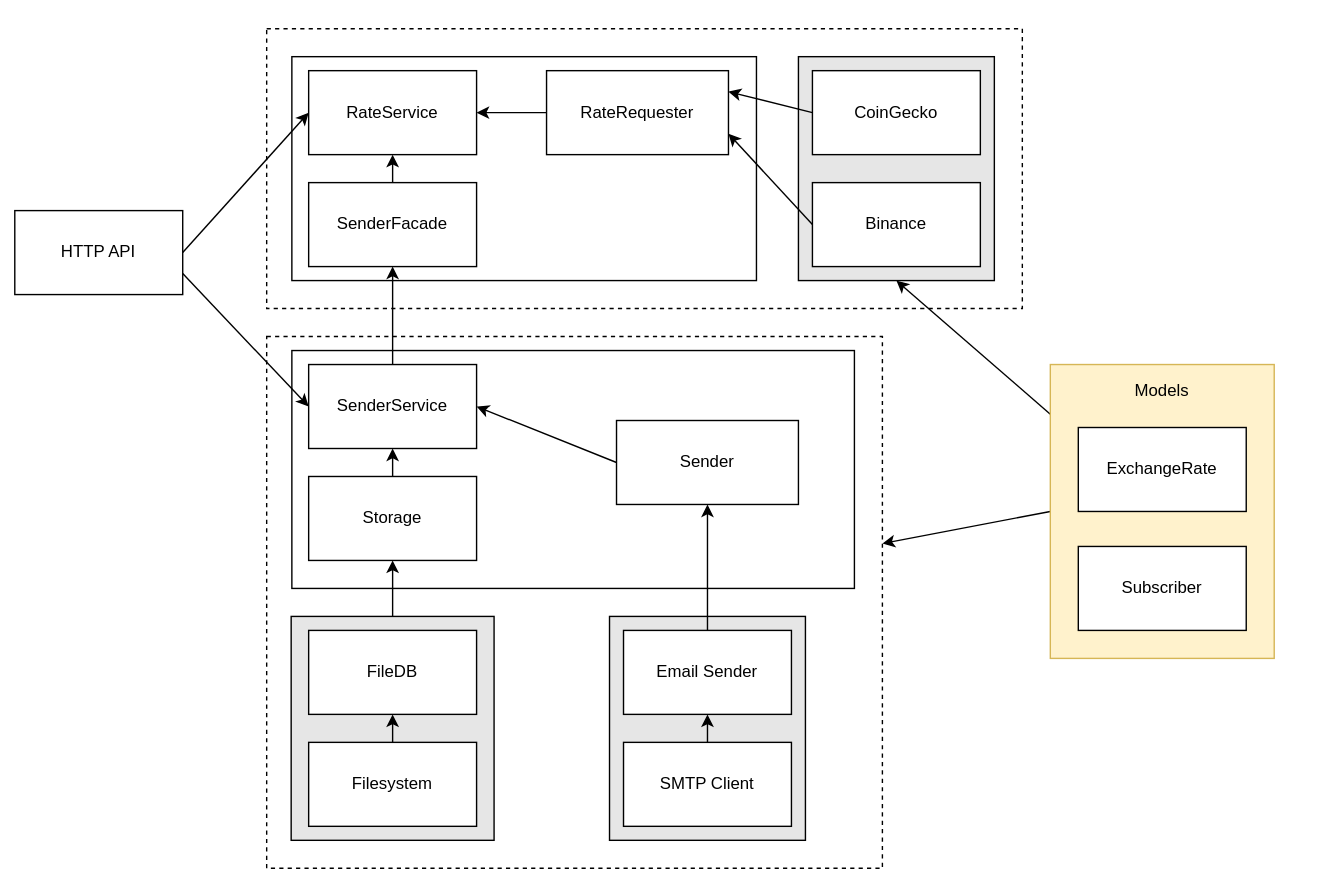
GenesisEducationKyiv/main-project-andrii0yerko keeps this draw.io diagram as docs/architecture.drawio.svg. Above is the earlier version. Source tidied: cells renumbered, new cells last; positions are measured from the earlier drawing's top-left corner, leaving out a move shared by most shapes. Its diagram source:
```xml
<mxGraphModel>
  <root>
    <mxCell id="0" />
    <mxCell id="1" parent="0" />
    <mxCell id="2" style="rounded=0;whiteSpace=wrap;html=1;fillColor=none;dashed=1;" parent="1" vertex="1">
      <mxGeometry x="190" y="30" width="540" height="180" as="geometry" />
    </mxCell>
    <mxCell id="3" style="rounded=0;whiteSpace=wrap;html=1;fillColor=default;strokeColor=none;" parent="1" vertex="1">
      <mxGeometry width="940" height="630" as="geometry" />
    </mxCell>
    <mxCell id="4" style="rounded=0;whiteSpace=wrap;html=1;fillColor=none;dashed=1;labelBackgroundColor=#CCFFE6;" parent="1" vertex="1">
      <mxGeometry x="190" y="240" width="440" height="380" as="geometry" />
    </mxCell>
    <mxCell id="5" style="rounded=0;whiteSpace=wrap;html=1;fillColor=none;" parent="1" vertex="1">
      <mxGeometry x="208" y="250" width="402" height="170" as="geometry" />
    </mxCell>
    <mxCell id="6" style="rounded=0;whiteSpace=wrap;html=1;fillColor=#E6E6E6;" parent="1" vertex="1">
      <mxGeometry x="207.5" y="440" width="145" height="160" as="geometry" />
    </mxCell>
    <mxCell id="7" style="edgeStyle=none;html=1;entryX=0.5;entryY=1;entryDx=0;entryDy=0;" parent="1" edge="1" source="9" target="11">
      <mxGeometry relative="1" as="geometry" />
    </mxCell>
    <mxCell id="8" style="edgeStyle=none;html=1;exitX=0;exitY=0.5;exitDx=0;exitDy=0;" parent="1" edge="1" source="9" target="4">
      <mxGeometry relative="1" as="geometry" />
    </mxCell>
    <mxCell id="9" value="&lt;div style=&quot;&quot;&gt;&lt;span style=&quot;background-color: initial;&quot;&gt;Models&lt;/span&gt;&lt;/div&gt;&lt;div style=&quot;&quot;&gt;&lt;span style=&quot;background-color: initial;&quot;&gt;&lt;br&gt;&lt;/span&gt;&lt;/div&gt;&lt;div style=&quot;&quot;&gt;&lt;span style=&quot;background-color: initial;&quot;&gt;&lt;br&gt;&lt;/span&gt;&lt;/div&gt;&lt;div style=&quot;&quot;&gt;&lt;span style=&quot;background-color: initial;&quot;&gt;&lt;br&gt;&lt;/span&gt;&lt;/div&gt;&lt;div style=&quot;&quot;&gt;&lt;span style=&quot;background-color: initial;&quot;&gt;&lt;br&gt;&lt;/span&gt;&lt;/div&gt;&lt;div style=&quot;&quot;&gt;&lt;span style=&quot;background-color: initial;&quot;&gt;&lt;br&gt;&lt;/span&gt;&lt;/div&gt;&lt;div style=&quot;&quot;&gt;&lt;span style=&quot;background-color: initial;&quot;&gt;&lt;br&gt;&lt;/span&gt;&lt;/div&gt;&lt;div style=&quot;&quot;&gt;&lt;span style=&quot;background-color: initial;&quot;&gt;&lt;br&gt;&lt;/span&gt;&lt;/div&gt;&lt;div style=&quot;&quot;&gt;&lt;span style=&quot;background-color: initial;&quot;&gt;&lt;br&gt;&lt;/span&gt;&lt;/div&gt;&lt;div style=&quot;&quot;&gt;&lt;span style=&quot;background-color: initial;&quot;&gt;&lt;br&gt;&lt;/span&gt;&lt;/div&gt;&lt;div style=&quot;&quot;&gt;&lt;span style=&quot;background-color: initial;&quot;&gt;&lt;br&gt;&lt;/span&gt;&lt;/div&gt;&lt;div style=&quot;&quot;&gt;&lt;span style=&quot;background-color: initial;&quot;&gt;&lt;br&gt;&lt;/span&gt;&lt;/div&gt;&lt;div style=&quot;&quot;&gt;&lt;span style=&quot;background-color: initial;&quot;&gt;&lt;br&gt;&lt;/span&gt;&lt;/div&gt;" style="rounded=0;whiteSpace=wrap;html=1;fillColor=#fff2cc;strokeColor=#d6b656;align=center;" parent="1" vertex="1">
      <mxGeometry x="750" y="260" width="160" height="210" as="geometry" />
    </mxCell>
    <mxCell id="10" style="rounded=0;whiteSpace=wrap;html=1;fillColor=#E6E6E6;" parent="1" vertex="1">
      <mxGeometry x="435" y="440" width="140" height="160" as="geometry" />
    </mxCell>
    <mxCell id="11" style="rounded=0;whiteSpace=wrap;html=1;fillColor=#E6E6E6;" parent="1" vertex="1">
      <mxGeometry x="570" y="40" width="140" height="160" as="geometry" />
    </mxCell>
    <mxCell id="12" style="edgeStyle=none;html=1;exitX=1;exitY=0.5;exitDx=0;exitDy=0;entryX=0;entryY=0.5;entryDx=0;entryDy=0;" parent="1" edge="1" source="14" target="15">
      <mxGeometry relative="1" as="geometry" />
    </mxCell>
    <mxCell id="13" style="edgeStyle=none;html=1;exitX=1;exitY=0.75;exitDx=0;exitDy=0;entryX=0;entryY=0.5;entryDx=0;entryDy=0;" parent="1" edge="1" source="14" target="37">
      <mxGeometry relative="1" as="geometry" />
    </mxCell>
    <mxCell id="14" value="HTTP API" style="rounded=0;whiteSpace=wrap;html=1;" parent="1" vertex="1">
      <mxGeometry x="10" y="150" width="120" height="60" as="geometry" />
    </mxCell>
    <mxCell id="15" value="RateService" style="rounded=0;whiteSpace=wrap;html=1;" parent="1" vertex="1">
      <mxGeometry x="220" y="50" width="120" height="60" as="geometry" />
    </mxCell>
    <mxCell id="16" style="edgeStyle=none;html=1;exitX=0;exitY=0.5;exitDx=0;exitDy=0;entryX=1;entryY=0.5;entryDx=0;entryDy=0;" parent="1" edge="1" source="17" target="15">
      <mxGeometry relative="1" as="geometry" />
    </mxCell>
    <mxCell id="17" value="RateRequester" style="rounded=0;whiteSpace=wrap;html=1;fillColor=default;" parent="1" vertex="1">
      <mxGeometry x="390" y="50" width="130" height="60" as="geometry" />
    </mxCell>
    <mxCell id="18" style="edgeStyle=none;html=1;exitX=0;exitY=0.5;exitDx=0;exitDy=0;entryX=1;entryY=0.25;entryDx=0;entryDy=0;" parent="1" edge="1" source="19" target="17">
      <mxGeometry relative="1" as="geometry" />
    </mxCell>
    <mxCell id="19" value="CoinGecko" style="rounded=0;whiteSpace=wrap;html=1;fillColor=default;" parent="1" vertex="1">
      <mxGeometry x="580" y="50" width="120" height="60" as="geometry" />
    </mxCell>
    <mxCell id="20" style="edgeStyle=none;html=1;exitX=0;exitY=0.5;exitDx=0;exitDy=0;entryX=1;entryY=0.75;entryDx=0;entryDy=0;" parent="1" edge="1" source="21" target="17">
      <mxGeometry relative="1" as="geometry" />
    </mxCell>
    <mxCell id="21" value="Binance" style="rounded=0;whiteSpace=wrap;html=1;fillColor=default;" parent="1" vertex="1">
      <mxGeometry x="580" y="130" width="120" height="60" as="geometry" />
    </mxCell>
    <mxCell id="22" style="edgeStyle=none;html=1;exitX=0;exitY=0.5;exitDx=0;exitDy=0;entryX=1;entryY=0.5;entryDx=0;entryDy=0;" parent="1" edge="1" source="23" target="37">
      <mxGeometry relative="1" as="geometry" />
    </mxCell>
    <mxCell id="23" value="Sender" style="rounded=0;whiteSpace=wrap;html=1;fillColor=default;" parent="1" vertex="1">
      <mxGeometry x="440" y="300" width="130" height="60" as="geometry" />
    </mxCell>
    <mxCell id="24" style="edgeStyle=none;html=1;exitX=0.5;exitY=0;exitDx=0;exitDy=0;" parent="1" edge="1" source="25" target="27">
      <mxGeometry relative="1" as="geometry" />
    </mxCell>
    <mxCell id="25" value="SMTP Client" style="rounded=0;whiteSpace=wrap;html=1;fillColor=default;" parent="1" vertex="1">
      <mxGeometry x="445" y="530" width="120" height="60" as="geometry" />
    </mxCell>
    <mxCell id="26" style="edgeStyle=none;html=1;entryX=0.5;entryY=1;entryDx=0;entryDy=0;" parent="1" edge="1" source="27" target="23">
      <mxGeometry relative="1" as="geometry" />
    </mxCell>
    <mxCell id="27" value="Email Sender" style="rounded=0;whiteSpace=wrap;html=1;fillColor=default;" parent="1" vertex="1">
      <mxGeometry x="445" y="450" width="120" height="60" as="geometry" />
    </mxCell>
    <mxCell id="28" style="edgeStyle=none;html=1;exitX=0.5;exitY=0;exitDx=0;exitDy=0;entryX=0.5;entryY=1;entryDx=0;entryDy=0;" parent="1" edge="1" source="29" target="37">
      <mxGeometry relative="1" as="geometry" />
    </mxCell>
    <mxCell id="29" value="Storage" style="rounded=0;whiteSpace=wrap;html=1;fillColor=default;" parent="1" vertex="1">
      <mxGeometry x="220" y="340" width="120" height="60" as="geometry" />
    </mxCell>
    <mxCell id="30" value="FileDB" style="rounded=0;whiteSpace=wrap;html=1;fillColor=default;" parent="1" vertex="1">
      <mxGeometry x="220" y="450" width="120" height="60" as="geometry" />
    </mxCell>
    <mxCell id="31" style="edgeStyle=none;html=1;exitX=0.5;exitY=0;exitDx=0;exitDy=0;" parent="1" edge="1" source="32" target="30">
      <mxGeometry relative="1" as="geometry" />
    </mxCell>
    <mxCell id="32" value="Filesystem" style="rounded=0;whiteSpace=wrap;html=1;fillColor=default;" parent="1" vertex="1">
      <mxGeometry x="220" y="530" width="120" height="60" as="geometry" />
    </mxCell>
    <mxCell id="33" style="edgeStyle=none;html=1;exitX=0.5;exitY=0;exitDx=0;exitDy=0;" parent="1" edge="1" source="6" target="29">
      <mxGeometry relative="1" as="geometry" />
    </mxCell>
    <mxCell id="34" value="ExchangeRate" style="rounded=0;whiteSpace=wrap;html=1;fillColor=default;" parent="1" vertex="1">
      <mxGeometry x="770" y="305" width="120" height="60" as="geometry" />
    </mxCell>
    <mxCell id="35" value="Subscriber" style="rounded=0;whiteSpace=wrap;html=1;fillColor=default;" parent="1" vertex="1">
      <mxGeometry x="770" y="390" width="120" height="60" as="geometry" />
    </mxCell>
    <mxCell id="36" style="edgeStyle=none;html=1;" parent="1" edge="1" source="37" target="39">
      <mxGeometry relative="1" as="geometry" />
    </mxCell>
    <mxCell id="37" value="SenderService" style="rounded=0;whiteSpace=wrap;html=1;" parent="1" vertex="1">
      <mxGeometry x="220" y="260" width="120" height="60" as="geometry" />
    </mxCell>
    <mxCell id="38" style="edgeStyle=none;html=1;exitX=0.5;exitY=0;exitDx=0;exitDy=0;" parent="1" edge="1" source="39" target="15">
      <mxGeometry relative="1" as="geometry" />
    </mxCell>
    <mxCell id="39" value="SenderFacade" style="rounded=0;whiteSpace=wrap;html=1;" parent="1" vertex="1">
      <mxGeometry x="220" y="130" width="120" height="60" as="geometry" />
    </mxCell>
    <mxCell id="40" style="rounded=0;whiteSpace=wrap;html=1;fillColor=none;dashed=1;labelBackgroundColor=#CCFFE6;" parent="1" vertex="1">
      <mxGeometry x="190" y="20" width="540" height="200" as="geometry" />
    </mxCell>
    <mxCell id="41" style="rounded=0;whiteSpace=wrap;html=1;fillColor=none;" parent="1" vertex="1">
      <mxGeometry x="208" y="40" width="332" height="160" as="geometry" />
    </mxCell>
  </root>
</mxGraphModel>
```
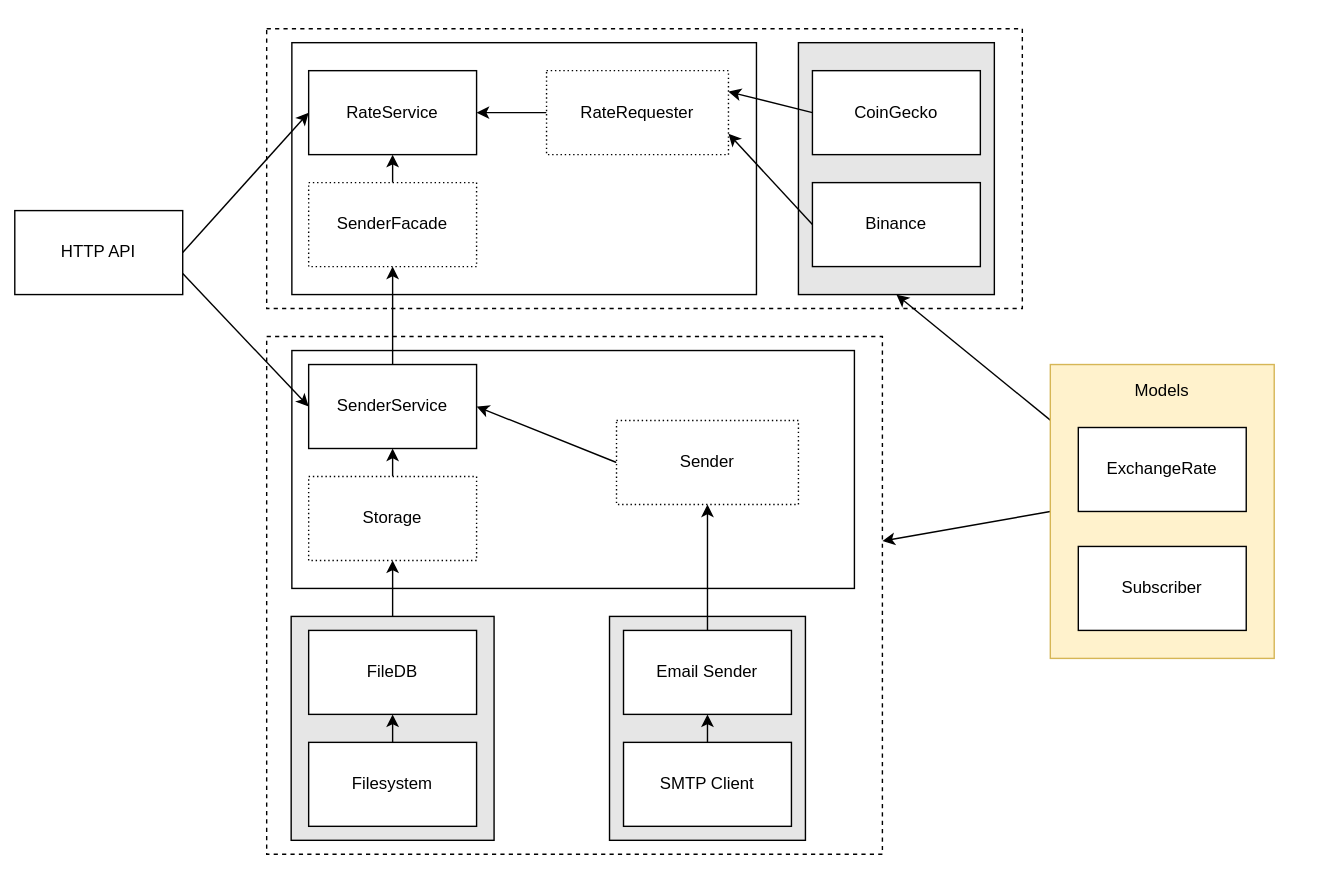
The same file after the commit.

Commit message:
use different line style for interfaces

Change to the diagram source:
```diff
@@ -2,14 +2,17 @@
   <root>
     <mxCell id="0" />
     <mxCell id="1" parent="0" />
-    <mxCell id="2" style="rounded=0;whiteSpace=wrap;html=1;fillColor=none;dashed=1;" parent="1" vertex="1">
-      <mxGeometry x="190" y="30" width="540" height="180" as="geometry" />
-    </mxCell>
     <mxCell id="3" style="rounded=0;whiteSpace=wrap;html=1;fillColor=default;strokeColor=none;" parent="1" vertex="1">
       <mxGeometry width="940" height="630" as="geometry" />
     </mxCell>
+    <mxCell id="40" style="rounded=0;whiteSpace=wrap;html=1;fillColor=none;dashed=1;labelBackgroundColor=#CCFFE6;" parent="1" vertex="1">
+      <mxGeometry x="190" y="20" width="540" height="200" as="geometry" />
+    </mxCell>
+    <mxCell id="41" style="rounded=0;whiteSpace=wrap;html=1;fillColor=none;" parent="1" vertex="1">
+      <mxGeometry x="208" y="30" width="332" height="180" as="geometry" />
+    </mxCell>
     <mxCell id="4" style="rounded=0;whiteSpace=wrap;html=1;fillColor=none;dashed=1;labelBackgroundColor=#CCFFE6;" parent="1" vertex="1">
-      <mxGeometry x="190" y="240" width="440" height="380" as="geometry" />
+      <mxGeometry x="190" y="240" width="440" height="370" as="geometry" />
     </mxCell>
     <mxCell id="5" style="rounded=0;whiteSpace=wrap;html=1;fillColor=none;" parent="1" vertex="1">
       <mxGeometry x="208" y="250" width="402" height="170" as="geometry" />
@@ -30,7 +33,7 @@
       <mxGeometry x="435" y="440" width="140" height="160" as="geometry" />
     </mxCell>
     <mxCell id="11" style="rounded=0;whiteSpace=wrap;html=1;fillColor=#E6E6E6;" parent="1" vertex="1">
-      <mxGeometry x="570" y="40" width="140" height="160" as="geometry" />
+      <mxGeometry x="570" y="30" width="140" height="180" as="geometry" />
     </mxCell>
     <mxCell id="12" style="edgeStyle=none;html=1;exitX=1;exitY=0.5;exitDx=0;exitDy=0;entryX=0;entryY=0.5;entryDx=0;entryDy=0;" parent="1" edge="1" source="14" target="15">
       <mxGeometry relative="1" as="geometry" />
@@ -47,7 +50,7 @@
     <mxCell id="16" style="edgeStyle=none;html=1;exitX=0;exitY=0.5;exitDx=0;exitDy=0;entryX=1;entryY=0.5;entryDx=0;entryDy=0;" parent="1" edge="1" source="17" target="15">
       <mxGeometry relative="1" as="geometry" />
     </mxCell>
-    <mxCell id="17" value="RateRequester" style="rounded=0;whiteSpace=wrap;html=1;fillColor=default;" parent="1" vertex="1">
+    <mxCell id="17" value="RateRequester" style="rounded=0;whiteSpace=wrap;html=1;fillColor=default;dashed=1;dashPattern=1 2;" parent="1" vertex="1">
       <mxGeometry x="390" y="50" width="130" height="60" as="geometry" />
     </mxCell>
     <mxCell id="18" style="edgeStyle=none;html=1;exitX=0;exitY=0.5;exitDx=0;exitDy=0;entryX=1;entryY=0.25;entryDx=0;entryDy=0;" parent="1" edge="1" source="19" target="17">
@@ -65,7 +68,7 @@
     <mxCell id="22" style="edgeStyle=none;html=1;exitX=0;exitY=0.5;exitDx=0;exitDy=0;entryX=1;entryY=0.5;entryDx=0;entryDy=0;" parent="1" edge="1" source="23" target="37">
       <mxGeometry relative="1" as="geometry" />
     </mxCell>
-    <mxCell id="23" value="Sender" style="rounded=0;whiteSpace=wrap;html=1;fillColor=default;" parent="1" vertex="1">
+    <mxCell id="23" value="Sender" style="rounded=0;whiteSpace=wrap;html=1;fillColor=default;dashed=1;dashPattern=1 2;" parent="1" vertex="1">
       <mxGeometry x="440" y="300" width="130" height="60" as="geometry" />
     </mxCell>
     <mxCell id="24" style="edgeStyle=none;html=1;exitX=0.5;exitY=0;exitDx=0;exitDy=0;" parent="1" edge="1" source="25" target="27">
@@ -83,7 +86,7 @@
     <mxCell id="28" style="edgeStyle=none;html=1;exitX=0.5;exitY=0;exitDx=0;exitDy=0;entryX=0.5;entryY=1;entryDx=0;entryDy=0;" parent="1" edge="1" source="29" target="37">
       <mxGeometry relative="1" as="geometry" />
     </mxCell>
-    <mxCell id="29" value="Storage" style="rounded=0;whiteSpace=wrap;html=1;fillColor=default;" parent="1" vertex="1">
+    <mxCell id="29" value="Storage" style="rounded=0;whiteSpace=wrap;html=1;fillColor=default;dashed=1;dashPattern=1 2;" parent="1" vertex="1">
       <mxGeometry x="220" y="340" width="120" height="60" as="geometry" />
     </mxCell>
     <mxCell id="30" value="FileDB" style="rounded=0;whiteSpace=wrap;html=1;fillColor=default;" parent="1" vertex="1">
@@ -113,14 +116,8 @@
     <mxCell id="38" style="edgeStyle=none;html=1;exitX=0.5;exitY=0;exitDx=0;exitDy=0;" parent="1" edge="1" source="39" target="15">
       <mxGeometry relative="1" as="geometry" />
     </mxCell>
-    <mxCell id="39" value="SenderFacade" style="rounded=0;whiteSpace=wrap;html=1;" parent="1" vertex="1">
+    <mxCell id="39" value="SenderFacade" style="rounded=0;whiteSpace=wrap;html=1;dashed=1;dashPattern=1 2;" parent="1" vertex="1">
       <mxGeometry x="220" y="130" width="120" height="60" as="geometry" />
     </mxCell>
-    <mxCell id="40" style="rounded=0;whiteSpace=wrap;html=1;fillColor=none;dashed=1;labelBackgroundColor=#CCFFE6;" parent="1" vertex="1">
-      <mxGeometry x="190" y="20" width="540" height="200" as="geometry" />
-    </mxCell>
-    <mxCell id="41" style="rounded=0;whiteSpace=wrap;html=1;fillColor=none;" parent="1" vertex="1">
-      <mxGeometry x="208" y="40" width="332" height="160" as="geometry" />
-    </mxCell>
   </root>
 </mxGraphModel>
```
